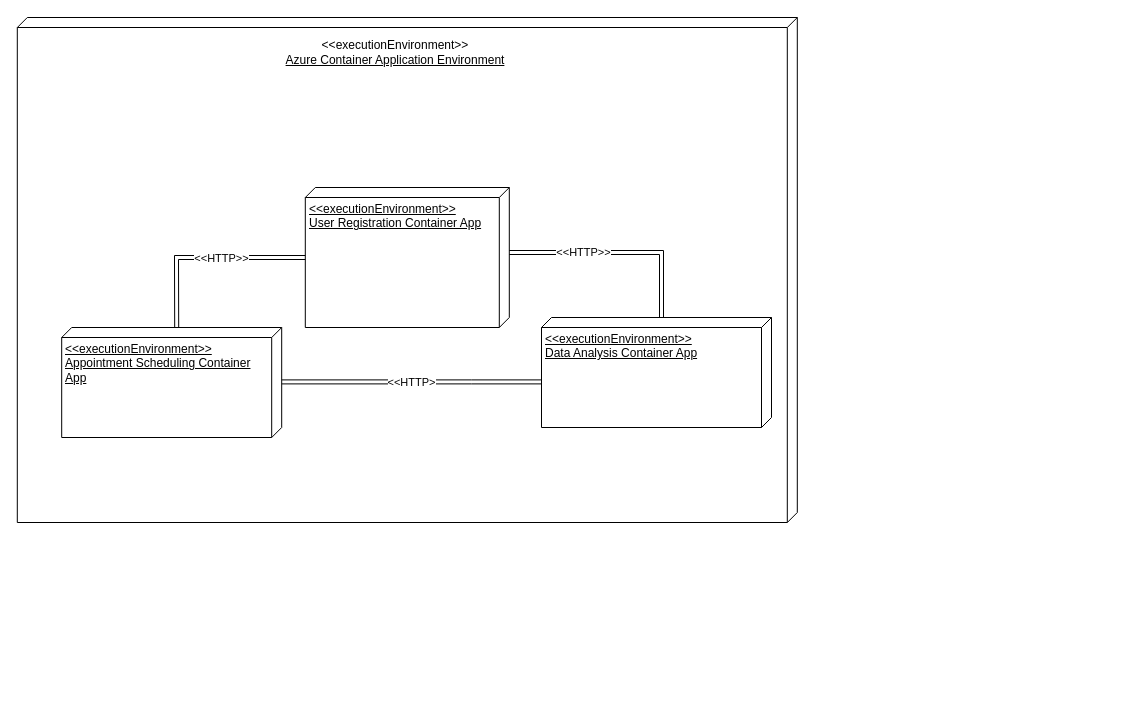
Before: milestone-2/Deployment Diagram-2.drawio in uvic-teach/project-m1-team15, a draw.io diagram. Source tidied: cells renumbered, new cells numbered last; positions are measured from the earlier drawing's top-left corner, leaving out a move shared by most shapes. Both pictures are drawn from the tidied source at 100%, with x=0, y=0 at pixel (17, 17).
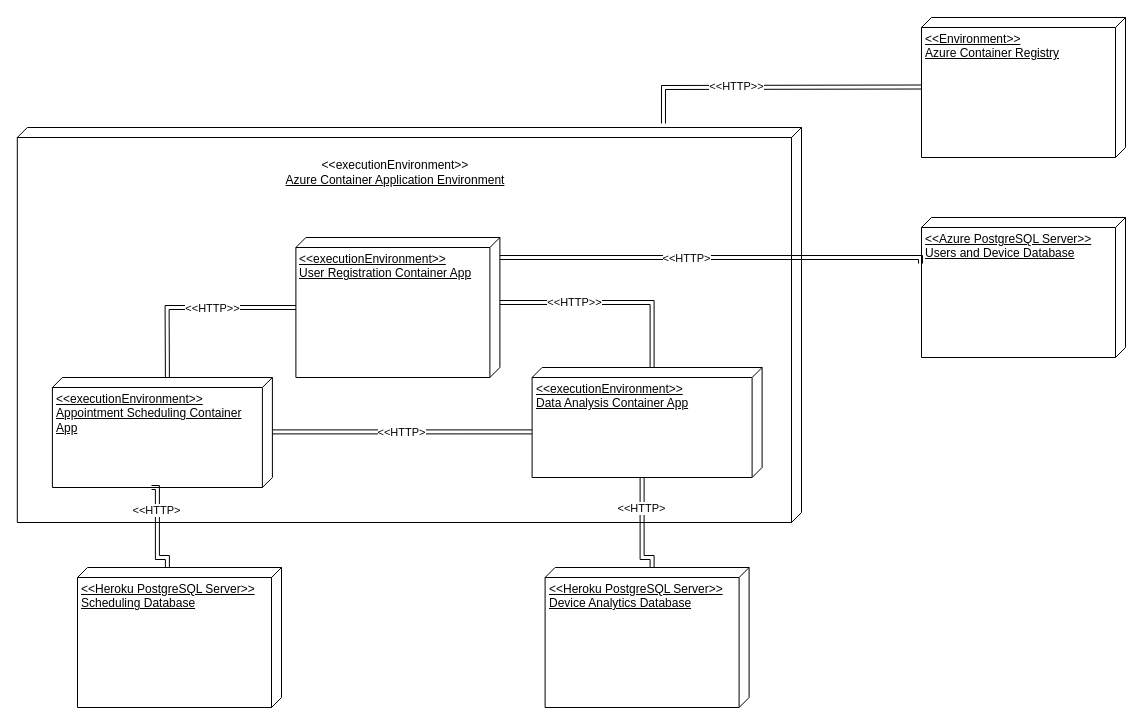
Above is the later version.

The edit, as a diff of the source:
```diff
@@
     <mxCell id="2" style="verticalAlign=top;align=left;spacingTop=8;spacingLeft=2;spacingRight=12;shape=cube;size=10;direction=south;fontStyle=4;html=1;whiteSpace=wrap;" parent="1" vertex="1">
-      <mxGeometry x="-0.2" width="780" height="505" as="geometry" />
+      <mxGeometry x="-0.2" y="110" width="784.2" height="395" as="geometry" />
     </mxCell>
     <mxCell id="3" value="&lt;div style=&quot;&quot;&gt;&lt;span style=&quot;background-color: initial;&quot;&gt;&amp;lt;&amp;lt;executionEnvironment&amp;gt;&amp;gt;&lt;/span&gt;&lt;/div&gt;&lt;div style=&quot;&quot;&gt;&lt;span style=&quot;background-color: initial;&quot;&gt;Appointment Scheduling Container App&lt;/span&gt;&lt;/div&gt;" style="verticalAlign=top;align=left;spacingTop=8;spacingLeft=2;spacingRight=12;shape=cube;size=10;direction=south;fontStyle=4;html=1;whiteSpace=wrap;" parent="1" vertex="1">
-      <mxGeometry x="44.2" y="310" width="220" height="110" as="geometry" />
+      <mxGeometry x="34.9" y="360" width="220" height="110" as="geometry" />
     </mxCell>
     <mxCell id="4" value="&amp;lt;&amp;lt;executionEnvironment&amp;gt;&amp;gt;&lt;br&gt;User Registration Container App" style="verticalAlign=top;align=left;spacingTop=8;spacingLeft=2;spacingRight=12;shape=cube;size=10;direction=south;fontStyle=4;html=1;whiteSpace=wrap;" parent="1" vertex="1">
-      <mxGeometry x="287.8" y="170" width="204" height="140" as="geometry" />
+      <mxGeometry x="278.4" y="220" width="204" height="140" as="geometry" />
     </mxCell>
     <mxCell id="5" value="&amp;lt;&amp;lt;executionEnvironment&amp;gt;&amp;gt;&lt;br&gt;Data Analysis Container App" style="verticalAlign=top;align=left;spacingTop=8;spacingLeft=2;spacingRight=12;shape=cube;size=10;direction=south;fontStyle=4;html=1;whiteSpace=wrap;" parent="1" vertex="1">
-      <mxGeometry x="524" y="300" width="230" height="110" as="geometry" />
+      <mxGeometry x="514.6" y="350" width="230" height="110" as="geometry" />
     </mxCell>
     <mxCell id="6" value="&amp;lt;&amp;lt;executionEnvironment&amp;gt;&amp;gt;&lt;br style=&quot;border-color: var(--border-color); text-align: left;&quot;&gt;&lt;span style=&quot;text-align: left; text-decoration-line: underline;&quot;&gt;Azure Container Application Environment&lt;/span&gt;" style="text;html=1;strokeColor=none;fillColor=none;align=center;verticalAlign=middle;whiteSpace=wrap;rounded=0;" parent="1" vertex="1">
-      <mxGeometry x="264.2" y="20" width="227.5" height="30" as="geometry" />
+      <mxGeometry x="264" y="140" width="227.5" height="30" as="geometry" />
     </mxCell>
     <mxCell id="7" style="edgeStyle=orthogonalEdgeStyle;rounded=0;orthogonalLoop=1;jettySize=auto;html=1;entryX=1;entryY=1;entryDx=0;entryDy=0;entryPerimeter=0;shape=link;exitX=0;exitY=0;exitDx=100;exitDy=0;exitPerimeter=0;" parent="1" edge="1">
       <mxGeometry relative="1" as="geometry">
-        <mxPoint x="264.2" y="364.4" as="sourcePoint" />
-        <mxPoint x="524" y="364.4" as="targetPoint" />
+        <mxPoint x="254.9" y="414.4" as="sourcePoint" />
+        <mxPoint x="514.6" y="414.4" as="targetPoint" />
         <Array as="points">
-          <mxPoint x="454" y="364.4" />
-          <mxPoint x="454" y="364.4" />
+          <mxPoint x="444.6" y="414.4" />
+          <mxPoint x="444.6" y="414.4" />
         </Array>
       </mxGeometry>
     </mxCell>
@@
     <mxCell id="9" style="endArrow=none;html=1;rounded=0;shape=link;exitX=0;exitY=0;exitDx=0;exitDy=105;exitPerimeter=0;" parent="1" edge="1" source="3">
       <mxGeometry relative="1" as="geometry">
-        <mxPoint x="287.8" y="240" as="targetPoint" />
+        <mxPoint x="278.4" y="290" as="targetPoint" />
         <Array as="points">
-          <mxPoint x="159" y="240" />
+          <mxPoint x="149.6" y="290" />
         </Array>
       </mxGeometry>
     </mxCell>
@@
     <mxCell id="11" style="endArrow=none;html=1;rounded=0;exitX=0;exitY=0;exitDx=65;exitDy=0;exitPerimeter=0;entryX=0;entryY=0;entryDx=0;entryDy=110;entryPerimeter=0;shape=link;" parent="1" edge="1" source="4" target="5">
       <mxGeometry relative="1" as="geometry">
         <Array as="points">
-          <mxPoint x="644" y="235" />
+          <mxPoint x="634.6" y="285" />
         </Array>
       </mxGeometry>
     </mxCell>
@@
+    <mxCell id="13" value="&amp;lt;&amp;lt;Environment&amp;gt;&amp;gt;&lt;br&gt;Azure Container Registry" style="verticalAlign=top;align=left;spacingTop=8;spacingLeft=2;spacingRight=12;shape=cube;size=10;direction=south;fontStyle=4;html=1;whiteSpace=wrap;" parent="1" vertex="1">
+      <mxGeometry x="904" width="204" height="140" as="geometry" />
+    </mxCell>
+    <mxCell id="14" style="endArrow=none;html=1;rounded=0;shape=link;exitX=-0.01;exitY=0.176;exitDx=0;exitDy=0;exitPerimeter=0;" parent="1" edge="1" source="2">
+      <mxGeometry relative="1" as="geometry">
+        <mxPoint x="904" y="69.5" as="targetPoint" />
+        <Array as="points">
+          <mxPoint x="646" y="70" />
+          <mxPoint x="903.6" y="69.5" />
+        </Array>
+      </mxGeometry>
+    </mxCell>
+    <mxCell id="15" value="&amp;lt;&amp;lt;HTTP&amp;gt;&amp;gt;" style="edgeLabel;html=1;align=center;verticalAlign=middle;" parent="14" vertex="1">
+      <mxGeometry x="-0.32" y="1" relative="1" as="geometry">
+        <mxPoint x="9" as="offset" />
+      </mxGeometry>
+    </mxCell>
+    <mxCell id="16" value="&amp;lt;&amp;lt;Azure PostgreSQL Server&amp;gt;&amp;gt;&lt;br&gt;Users and Device Database" style="verticalAlign=top;align=left;spacingTop=8;spacingLeft=2;spacingRight=12;shape=cube;size=10;direction=south;fontStyle=4;html=1;whiteSpace=wrap;" parent="1" vertex="1">
+      <mxGeometry x="904" y="200" width="204" height="140" as="geometry" />
+    </mxCell>
+    <mxCell id="17" style="edgeStyle=orthogonalEdgeStyle;rounded=0;jettySize=auto;html=1;entryX=0.329;entryY=1.005;entryDx=0;entryDy=0;entryPerimeter=0;shape=link;exitX=0;exitY=0;exitDx=100;exitDy=0;exitPerimeter=0;" parent="1" edge="1" target="16">
+      <mxGeometry relative="1" as="geometry">
+        <mxPoint x="482.4" y="240" as="sourcePoint" />
+        <Array as="points">
+          <mxPoint x="903" y="240" />
+        </Array>
+      </mxGeometry>
+    </mxCell>
+    <mxCell id="18" value="&amp;lt;&amp;lt;HTTP&amp;gt;" style="edgeLabel;html=1;align=center;verticalAlign=middle;" parent="17" vertex="1">
+      <mxGeometry x="-0.31" relative="1" as="geometry">
+        <mxPoint x="39" as="offset" />
+      </mxGeometry>
+    </mxCell>
+    <mxCell id="19" value="&amp;lt;&amp;lt;Heroku PostgreSQL Server&amp;gt;&amp;gt;&lt;br&gt;Scheduling Database" style="verticalAlign=top;align=left;spacingTop=8;spacingLeft=2;spacingRight=12;shape=cube;size=10;direction=south;fontStyle=4;html=1;whiteSpace=wrap;" parent="1" vertex="1">
+      <mxGeometry x="60" y="550" width="204" height="140" as="geometry" />
+    </mxCell>
+    <mxCell id="20" value="&amp;lt;&amp;lt;Heroku PostgreSQL Server&amp;gt;&amp;gt;&lt;br&gt;Device Analytics Database" style="verticalAlign=top;align=left;spacingTop=8;spacingLeft=2;spacingRight=12;shape=cube;size=10;direction=south;fontStyle=4;html=1;whiteSpace=wrap;" parent="1" vertex="1">
+      <mxGeometry x="527.6" y="550" width="204" height="140" as="geometry" />
+    </mxCell>
+    <mxCell id="21" style="edgeStyle=orthogonalEdgeStyle;rounded=0;jettySize=auto;html=1;entryX=0;entryY=0;entryDx=110;entryDy=120;entryPerimeter=0;shape=link;exitX=0;exitY=0;exitDx=0;exitDy=97;exitPerimeter=0;" parent="1" edge="1" source="20" target="5">
+      <mxGeometry relative="1" as="geometry">
+        <Array as="points">
+          <mxPoint x="635" y="540" />
+          <mxPoint x="625" y="540" />
+        </Array>
+      </mxGeometry>
+    </mxCell>
+    <mxCell id="22" value="&amp;lt;&amp;lt;HTTP&amp;gt;" style="edgeLabel;html=1;align=center;verticalAlign=middle;" parent="21" vertex="1">
+      <mxGeometry x="-0.31" relative="1" as="geometry">
+        <mxPoint x="-1" y="-35" as="offset" />
+      </mxGeometry>
+    </mxCell>
+    <mxCell id="23" style="edgeStyle=orthogonalEdgeStyle;rounded=0;orthogonalLoop=1;jettySize=auto;html=1;shape=link;exitX=0;exitY=0;exitDx=0;exitDy=97;exitPerimeter=0;" parent="1" edge="1">
+      <mxGeometry relative="1" as="geometry">
+        <mxPoint x="149.9" y="550" as="sourcePoint" />
+        <mxPoint x="134" y="470" as="targetPoint" />
+        <Array as="points">
+          <mxPoint x="149.9" y="540" />
+          <mxPoint x="139.9" y="540" />
+        </Array>
+      </mxGeometry>
+    </mxCell>
+    <mxCell id="24" value="&amp;lt;&amp;lt;HTTP&amp;gt;" style="edgeLabel;html=1;align=center;verticalAlign=middle;" parent="23" vertex="1">
+      <mxGeometry x="-0.31" relative="1" as="geometry">
+        <mxPoint x="-1" y="-35" as="offset" />
+      </mxGeometry>
+    </mxCell>
```
